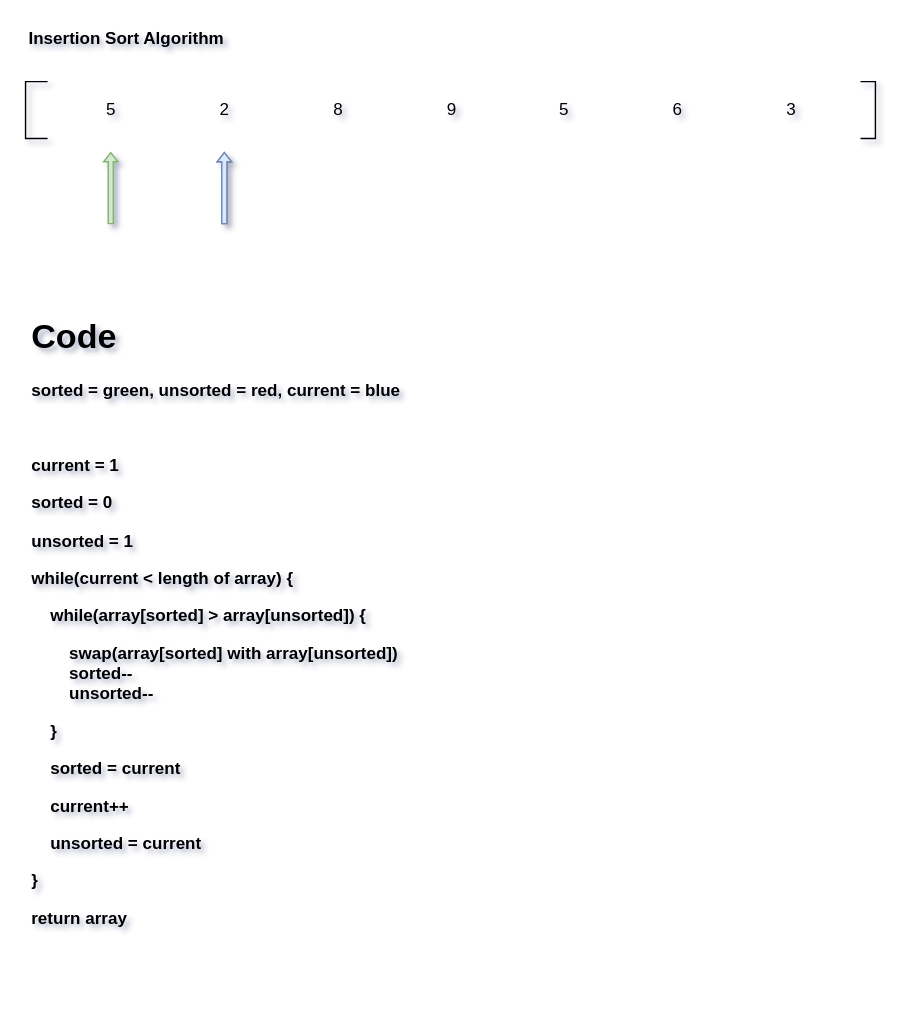
razaman2/diagram keeps this draw.io diagram as Insertion Sort Algorithm Analysis.drawio. Above is the earlier version. Source tidied: cells renumbered, new cells numbered last; positions are measured from the earlier drawing's top-left corner, leaving out a move shared by most shapes. Both pictures are drawn from the tidied source at 142%, with x=0, y=0 at pixel (7, 24).
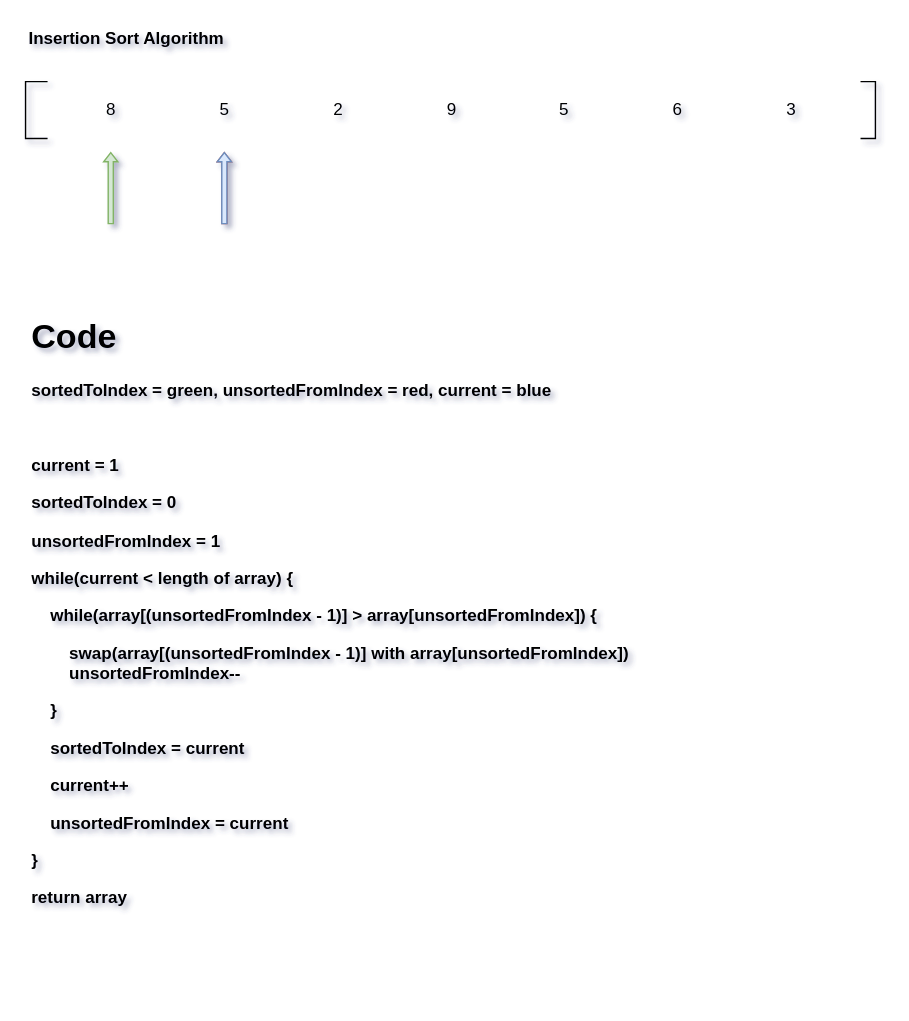
The same page after the edit.

Diff of the diagram source:
```diff
@@
 <mxGraphModel shadow="1">
   <root>
     <mxCell id="0" />
     <mxCell id="1" parent="0" />
-    <mxCell id="2" value="&lt;h1&gt;Code&lt;/h1&gt;&lt;p&gt;&lt;b&gt;sorted = green, unsorted&amp;nbsp;&lt;span&gt;= red, current&lt;/span&gt;&lt;span&gt;&amp;nbsp;= blue&lt;/span&gt;&lt;/b&gt;&lt;/p&gt;&lt;p&gt;&lt;b&gt;&lt;span&gt;&lt;br&gt;&lt;/span&gt;&lt;/b&gt;&lt;/p&gt;&lt;p&gt;&lt;b&gt;&lt;span&gt;current = 1&lt;/span&gt;&lt;/b&gt;&lt;/p&gt;&lt;p&gt;&lt;b&gt;&lt;span&gt;sorted = 0&lt;/span&gt;&lt;/b&gt;&lt;/p&gt;&lt;p&gt;&lt;b&gt;unsorted = 1&lt;/b&gt;&lt;/p&gt;&lt;p&gt;&lt;b&gt;&lt;span&gt;while(current &amp;lt; length of array) {&lt;/span&gt;&lt;/b&gt;&lt;/p&gt;&lt;p&gt;&lt;b&gt;&lt;span&gt;&amp;nbsp; &amp;nbsp; while(&lt;/span&gt;&lt;/b&gt;&lt;b&gt;array[sorted] &amp;gt; array[unsorted]&lt;/b&gt;&lt;b&gt;&lt;span&gt;) {&lt;/span&gt;&lt;/b&gt;&lt;b&gt;&amp;nbsp; &amp;nbsp; &amp;nbsp; &amp;nbsp;&amp;nbsp;&lt;/b&gt;&lt;/p&gt;&lt;b&gt;&amp;nbsp; &amp;nbsp; &amp;nbsp; &amp;nbsp; swap(array[sorted] with array[unsorted])&lt;br&gt;&amp;nbsp; &amp;nbsp; &amp;nbsp; &amp;nbsp; sorted--&lt;br&gt;&amp;nbsp; &amp;nbsp; &amp;nbsp; &amp;nbsp; unsorted--&lt;br&gt;&lt;/b&gt;&lt;p&gt;&lt;b&gt;&lt;span&gt;&amp;nbsp; &amp;nbsp; }&lt;/span&gt;&lt;/b&gt;&lt;/p&gt;&lt;p&gt;&lt;b&gt;&lt;span&gt;&amp;nbsp; &amp;nbsp; sorted = current&lt;/span&gt;&lt;/b&gt;&lt;/p&gt;&lt;p&gt;&lt;b&gt;&amp;nbsp; &amp;nbsp; current++&lt;/b&gt;&lt;/p&gt;&lt;p&gt;&lt;b&gt;&amp;nbsp; &amp;nbsp; unsorted = current&lt;/b&gt;&lt;/p&gt;&lt;p&gt;&lt;b&gt;&lt;span&gt;}&lt;/span&gt;&lt;/b&gt;&lt;/p&gt;&lt;p&gt;&lt;b&gt;return array&lt;/b&gt;&lt;/p&gt;&lt;p&gt;&lt;span&gt;&lt;br&gt;&lt;/span&gt;&lt;/p&gt;&lt;p&gt;&lt;span&gt;&lt;br&gt;&lt;/span&gt;&lt;/p&gt;&lt;p&gt;&lt;span&gt;&lt;br&gt;&lt;/span&gt;&lt;/p&gt;&lt;p&gt;&lt;br&gt;&lt;/p&gt;" style="text;html=1;strokeColor=none;fillColor=none;spacing=5;spacingTop=-20;whiteSpace=wrap;overflow=hidden;rounded=0;" parent="1" vertex="1">
-      <mxGeometry x="12" y="200" width="400" height="479" as="geometry" />
+    <mxCell id="2" value="&lt;h1&gt;Code&lt;/h1&gt;&lt;p&gt;&lt;b&gt;sortedToIndex = green, unsortedFromIndex&amp;nbsp;&lt;span&gt;= red, current&lt;/span&gt;&lt;span&gt;&amp;nbsp;= blue&lt;/span&gt;&lt;/b&gt;&lt;/p&gt;&lt;p&gt;&lt;b&gt;&lt;span&gt;&lt;br&gt;&lt;/span&gt;&lt;/b&gt;&lt;/p&gt;&lt;p&gt;&lt;b&gt;&lt;span&gt;current = 1&lt;/span&gt;&lt;/b&gt;&lt;/p&gt;&lt;p&gt;&lt;b&gt;&lt;span&gt;sortedToIndex = 0&lt;/span&gt;&lt;/b&gt;&lt;/p&gt;&lt;p&gt;&lt;b&gt;unsortedFromIndex = 1&lt;/b&gt;&lt;/p&gt;&lt;p&gt;&lt;b&gt;&lt;span&gt;while(current &amp;lt; length of array) {&lt;/span&gt;&lt;/b&gt;&lt;/p&gt;&lt;p&gt;&lt;b&gt;&lt;span&gt;&amp;nbsp; &amp;nbsp; while(array[(unsortedFromIndex - 1)] &amp;gt; array[unsortedFromIndex]&lt;/span&gt;&lt;/b&gt;&lt;b&gt;&lt;span&gt;) {&lt;/span&gt;&lt;/b&gt;&lt;b&gt;&amp;nbsp; &amp;nbsp; &amp;nbsp; &amp;nbsp;&amp;nbsp;&lt;/b&gt;&lt;/p&gt;&lt;b&gt;&amp;nbsp; &amp;nbsp; &amp;nbsp; &amp;nbsp; swap(array[(unsortedFromIndex - 1)] with array[unsortedFromIndex])&lt;br&gt;&amp;nbsp; &amp;nbsp; &amp;nbsp; &amp;nbsp; unsortedFromIndex--&lt;br&gt;&lt;/b&gt;&lt;p&gt;&lt;b&gt;&lt;span&gt;&amp;nbsp; &amp;nbsp; }&lt;/span&gt;&lt;/b&gt;&lt;/p&gt;&lt;p&gt;&lt;b&gt;&lt;span&gt;&amp;nbsp; &amp;nbsp; sortedToIndex = current&lt;/span&gt;&lt;/b&gt;&lt;/p&gt;&lt;p&gt;&lt;b&gt;&amp;nbsp; &amp;nbsp; current++&lt;/b&gt;&lt;/p&gt;&lt;p&gt;&lt;b&gt;&amp;nbsp; &amp;nbsp; unsortedFromIndex = current&lt;/b&gt;&lt;/p&gt;&lt;p&gt;&lt;b&gt;&lt;span&gt;}&lt;/span&gt;&lt;/b&gt;&lt;/p&gt;&lt;p&gt;&lt;b&gt;return array&lt;/b&gt;&lt;/p&gt;&lt;p&gt;&lt;span&gt;&lt;br&gt;&lt;/span&gt;&lt;/p&gt;&lt;p&gt;&lt;span&gt;&lt;br&gt;&lt;/span&gt;&lt;/p&gt;&lt;p&gt;&lt;span&gt;&lt;br&gt;&lt;/span&gt;&lt;/p&gt;&lt;p&gt;&lt;br&gt;&lt;/p&gt;" style="text;html=1;strokeColor=none;fillColor=none;spacing=5;spacingTop=-20;whiteSpace=wrap;overflow=hidden;rounded=0;" parent="1" vertex="1">
+      <mxGeometry x="12" y="200" width="460" height="479" as="geometry" />
     </mxCell>
     <mxCell id="3" style="shape=partialRectangle;whiteSpace=wrap;html=1;bottom=1;right=1;left=1;top=0;fillColor=none;routingCenterX=-0.5;rotation=-90;" parent="1" vertex="1">
       <mxGeometry x="586" y="55" width="40" height="10" as="geometry" />
     </mxCell>
     <mxCell id="4" value="5" style="text;html=1;strokeColor=none;fillColor=none;align=center;verticalAlign=middle;whiteSpace=wrap;rounded=0;" parent="1" vertex="1">
       <mxGeometry x="372" y="50" width="40" height="20" as="geometry" />
     </mxCell>
     <mxCell id="5" value="6" style="text;html=1;strokeColor=none;fillColor=none;align=center;verticalAlign=middle;whiteSpace=wrap;rounded=0;" parent="1" vertex="1">
       <mxGeometry x="452" y="50" width="40" height="20" as="geometry" />
     </mxCell>
     <mxCell id="6" value="3" style="text;html=1;strokeColor=none;fillColor=none;align=center;verticalAlign=middle;whiteSpace=wrap;rounded=0;" parent="1" vertex="1">
       <mxGeometry x="532" y="50" width="40" height="20" as="geometry" />
     </mxCell>
     <mxCell id="7" style="html=1;shadow=0;dashed=0;align=center;verticalAlign=middle;shape=mxgraph.arrows2.arrow;dy=0.64;dx=6.4;direction=north;notch=0;fillColor=#f8cecc;strokeColor=#b85450;" parent="1" vertex="1">
       <mxGeometry x="147.5" y="90" width="10" height="50" as="geometry" />
     </mxCell>
     <mxCell id="8" style="html=1;shadow=0;dashed=0;align=center;verticalAlign=middle;shape=mxgraph.arrows2.arrow;dy=0.64;dx=6.4;direction=north;notch=0;fillColor=#dae8fc;strokeColor=#6c8ebf;" parent="1" vertex="1">
       <mxGeometry x="147.5" y="90" width="10" height="50" as="geometry" />
     </mxCell>
     <mxCell id="9" style="shape=partialRectangle;whiteSpace=wrap;html=1;bottom=1;right=1;left=1;top=0;fillColor=none;routingCenterX=-0.5;rotation=90;" parent="1" vertex="1">
       <mxGeometry y="52.5" width="40" height="15" as="geometry" />
     </mxCell>
     <mxCell id="10" value="9" style="text;html=1;strokeColor=none;fillColor=none;align=center;verticalAlign=middle;whiteSpace=wrap;rounded=0;" parent="1" vertex="1">
       <mxGeometry x="292.5" y="50" width="40" height="20" as="geometry" />
     </mxCell>
-    <mxCell id="11" value="8" style="text;html=1;strokeColor=none;fillColor=none;align=center;verticalAlign=middle;whiteSpace=wrap;rounded=0;" parent="1" vertex="1">
+    <mxCell id="11" value="2" style="text;html=1;strokeColor=none;fillColor=none;align=center;verticalAlign=middle;whiteSpace=wrap;rounded=0;" parent="1" vertex="1">
       <mxGeometry x="212.5" y="50" width="40" height="20" as="geometry" />
     </mxCell>
-    <mxCell id="12" value="2" style="text;html=1;strokeColor=none;fillColor=none;align=center;verticalAlign=middle;whiteSpace=wrap;rounded=0;" parent="1" vertex="1">
+    <mxCell id="12" value="5" style="text;html=1;strokeColor=none;fillColor=none;align=center;verticalAlign=middle;whiteSpace=wrap;rounded=0;" parent="1" vertex="1">
       <mxGeometry x="132.5" y="50" width="40" height="20" as="geometry" />
     </mxCell>
-    <mxCell id="13" value="5" style="text;html=1;strokeColor=none;fillColor=none;align=center;verticalAlign=middle;whiteSpace=wrap;rounded=0;" parent="1" vertex="1">
+    <mxCell id="13" value="8" style="text;html=1;strokeColor=none;fillColor=none;align=center;verticalAlign=middle;whiteSpace=wrap;rounded=0;" parent="1" vertex="1">
       <mxGeometry x="52.5" y="50" width="40" height="20" as="geometry" />
     </mxCell>
     <mxCell id="14" style="html=1;shadow=0;dashed=0;align=center;verticalAlign=middle;shape=mxgraph.arrows2.arrow;dy=0.64;dx=6.4;direction=north;notch=0;fillColor=#d5e8d4;strokeColor=#82b366;" parent="1" vertex="1">
       <mxGeometry x="67.5" y="90" width="10" height="50" as="geometry" />
     </mxCell>
     <mxCell id="15" value="Insertion Sort Algorithm" style="text;html=1;strokeColor=none;fillColor=none;align=left;verticalAlign=middle;whiteSpace=wrap;rounded=0;fontStyle=1;" parent="1" vertex="1">
       <mxGeometry x="12.5" width="240" height="20" as="geometry" />
     </mxCell>
   </root>
 </mxGraphModel>
```
